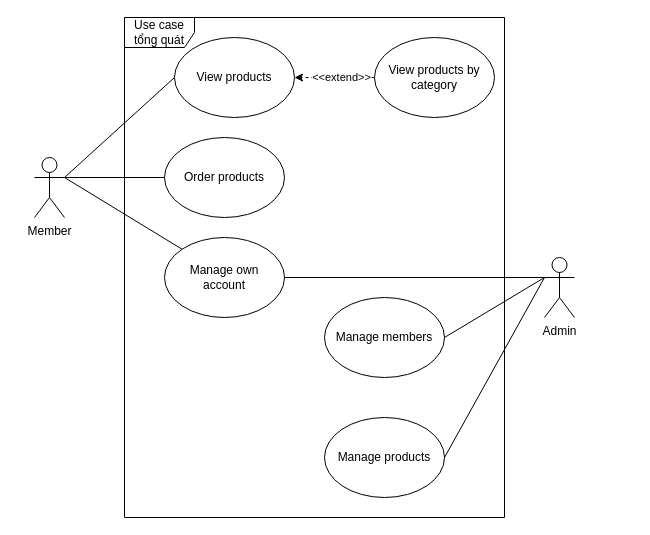
Above: page "Usecase Overall" (1 of 9) of document/diagram/PBL03.drawio in BlenDMinh/PBL03 (draw.io), before the change. Source tidied: cells renumbered, new cells numbered last; positions are measured from the earlier drawing's top-left corner, leaving out a move shared by most shapes. Both pictures are drawn from the tidied source at 100%, with x=0, y=0 at pixel (34, 17).
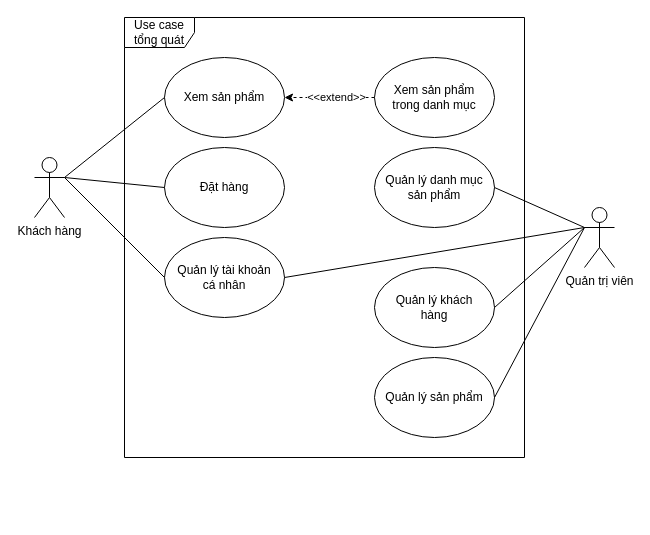
The same page after the edit.

Change to the diagram source:
```diff
@@
     <mxCell id="2" value="Use case tổng quát" style="shape=umlFrame;whiteSpace=wrap;html=1;width=70;height=30;" parent="1" vertex="1">
-      <mxGeometry x="90" width="380" height="500" as="geometry" />
+      <mxGeometry x="90" width="400" height="440" as="geometry" />
     </mxCell>
-    <mxCell id="3" value="Member" style="shape=umlActor;verticalLabelPosition=bottom;verticalAlign=top;html=1;outlineConnect=0;" parent="1" vertex="1">
+    <mxCell id="3" value="Khách hàng" style="shape=umlActor;verticalLabelPosition=bottom;verticalAlign=top;html=1;outlineConnect=0;" parent="1" vertex="1">
       <mxGeometry y="140" width="30" height="60" as="geometry" />
     </mxCell>
-    <mxCell id="4" value="Manage own account" style="ellipse;whiteSpace=wrap;html=1;spacing=10;" parent="1" vertex="1">
+    <mxCell id="4" value="Quản lý tài khoản cá nhân" style="ellipse;whiteSpace=wrap;html=1;spacing=10;" parent="1" vertex="1">
       <mxGeometry x="130" y="220" width="120" height="80" as="geometry" />
     </mxCell>
-    <mxCell id="5" style="endArrow=none;html=1;rounded=0;entryX=0;entryY=0;entryDx=0;entryDy=0;exitX=1;exitY=0.3333333333333333;exitDx=0;exitDy=0;exitPerimeter=0;" parent="1" edge="1" source="3" target="4">
+    <mxCell id="5" style="endArrow=none;html=1;rounded=0;entryX=0;entryY=0.5;entryDx=0;entryDy=0;exitX=1;exitY=0.3333333333333333;exitDx=0;exitDy=0;exitPerimeter=0;" parent="1" edge="1" source="3" target="4">
       <mxGeometry relative="1" as="geometry" />
     </mxCell>
-    <mxCell id="6" value="Admin" style="shape=umlActor;verticalLabelPosition=bottom;verticalAlign=top;html=1;outlineConnect=0;" parent="1" vertex="1">
-      <mxGeometry x="510" y="240" width="30" height="60" as="geometry" />
+    <mxCell id="6" value="Quản trị viên" style="shape=umlActor;verticalLabelPosition=bottom;verticalAlign=top;html=1;outlineConnect=0;" parent="1" vertex="1">
+      <mxGeometry x="550" y="190" width="30" height="60" as="geometry" />
     </mxCell>
-    <mxCell id="7" style="endArrow=none;html=1;rounded=0;entryX=0;entryY=0.3333333333333333;entryDx=0;entryDy=0;entryPerimeter=0;" parent="1" edge="1" source="4" target="6">
+    <mxCell id="7" style="endArrow=none;html=1;rounded=0;entryX=0;entryY=0.3333333333333333;entryDx=0;entryDy=0;entryPerimeter=0;exitX=1;exitY=0.5;exitDx=0;exitDy=0;" parent="1" edge="1" source="4" target="6">
       <mxGeometry relative="1" as="geometry" />
     </mxCell>
-    <mxCell id="8" value="View products" style="ellipse;whiteSpace=wrap;html=1;spacing=10;" parent="1" vertex="1">
-      <mxGeometry x="140" y="20" width="120" height="80" as="geometry" />
+    <mxCell id="8" value="Xem sản phẩm" style="ellipse;whiteSpace=wrap;html=1;spacing=10;" parent="1" vertex="1">
+      <mxGeometry x="130" y="40" width="120" height="80" as="geometry" />
     </mxCell>
@@
-    <mxCell id="10" value="Order products" style="ellipse;whiteSpace=wrap;html=1;spacing=10;" parent="1" vertex="1">
-      <mxGeometry x="130" y="120" width="120" height="80" as="geometry" />
+    <mxCell id="10" value="Đặt hàng" style="ellipse;whiteSpace=wrap;html=1;spacing=10;" parent="1" vertex="1">
+      <mxGeometry x="130" y="130" width="120" height="80" as="geometry" />
     </mxCell>
@@
-    <mxCell id="12" value="View products by category" style="ellipse;whiteSpace=wrap;html=1;spacing=10;" parent="1" vertex="1">
-      <mxGeometry x="340" y="20" width="120" height="80" as="geometry" />
+    <mxCell id="12" value="Xem sản phẩm trong danh mục" style="ellipse;whiteSpace=wrap;html=1;spacing=10;" parent="1" vertex="1">
+      <mxGeometry x="340" y="40" width="120" height="80" as="geometry" />
     </mxCell>
@@
-    <mxCell id="15" value="Manage products" style="ellipse;whiteSpace=wrap;html=1;spacing=10;" parent="1" vertex="1">
-      <mxGeometry x="290" y="400" width="120" height="80" as="geometry" />
+    <mxCell id="15" value="Quản lý sản phẩm" style="ellipse;whiteSpace=wrap;html=1;spacing=10;" parent="1" vertex="1">
+      <mxGeometry x="340" y="340" width="120" height="80" as="geometry" />
     </mxCell>
-    <mxCell id="16" value="Manage members" style="ellipse;whiteSpace=wrap;html=1;spacing=10;" parent="1" vertex="1">
-      <mxGeometry x="290" y="280" width="120" height="80" as="geometry" />
+    <mxCell id="16" value="Quản lý khách hàng" style="ellipse;whiteSpace=wrap;html=1;spacing=10;" parent="1" vertex="1">
+      <mxGeometry x="340" y="250" width="120" height="80" as="geometry" />
     </mxCell>
@@
+    <mxCell id="19" value="Quản lý danh mục sản phẩm" style="ellipse;whiteSpace=wrap;html=1;spacing=10;" parent="1" vertex="1">
+      <mxGeometry x="340" y="130" width="120" height="80" as="geometry" />
+    </mxCell>
+    <mxCell id="20" style="endArrow=none;html=1;rounded=0;entryX=0;entryY=0.3333333333333333;entryDx=0;entryDy=0;entryPerimeter=0;exitX=1;exitY=0.5;exitDx=0;exitDy=0;" parent="1" edge="1" source="19" target="6">
+      <mxGeometry relative="1" as="geometry" />
+    </mxCell>
```
